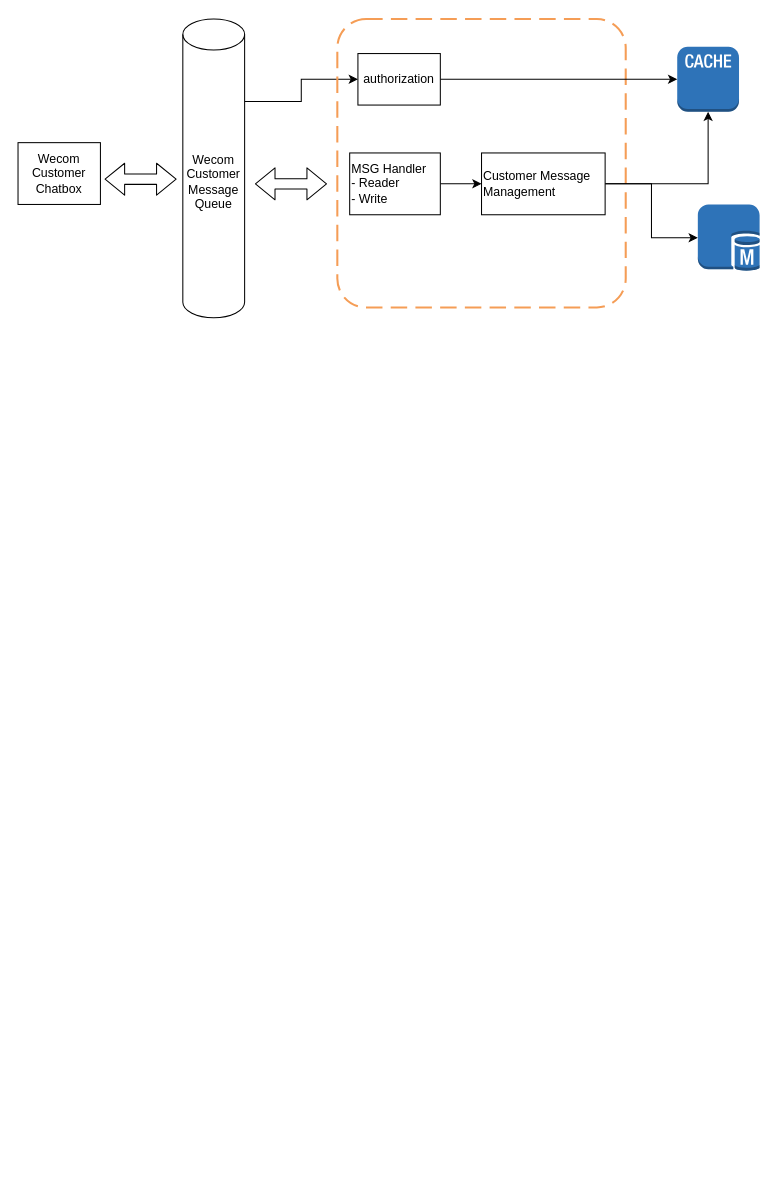
Before: bbhj/wxkf-arch-and-flow.drawio in airdb/drawio, a draw.io diagram. Source tidied: cells renumbered, new cells numbered last; positions are measured from the earlier drawing's top-left corner, leaving out a move shared by most shapes. Both pictures are drawn from the tidied source at 103%, with x=0, y=0 at pixel (18, 19).
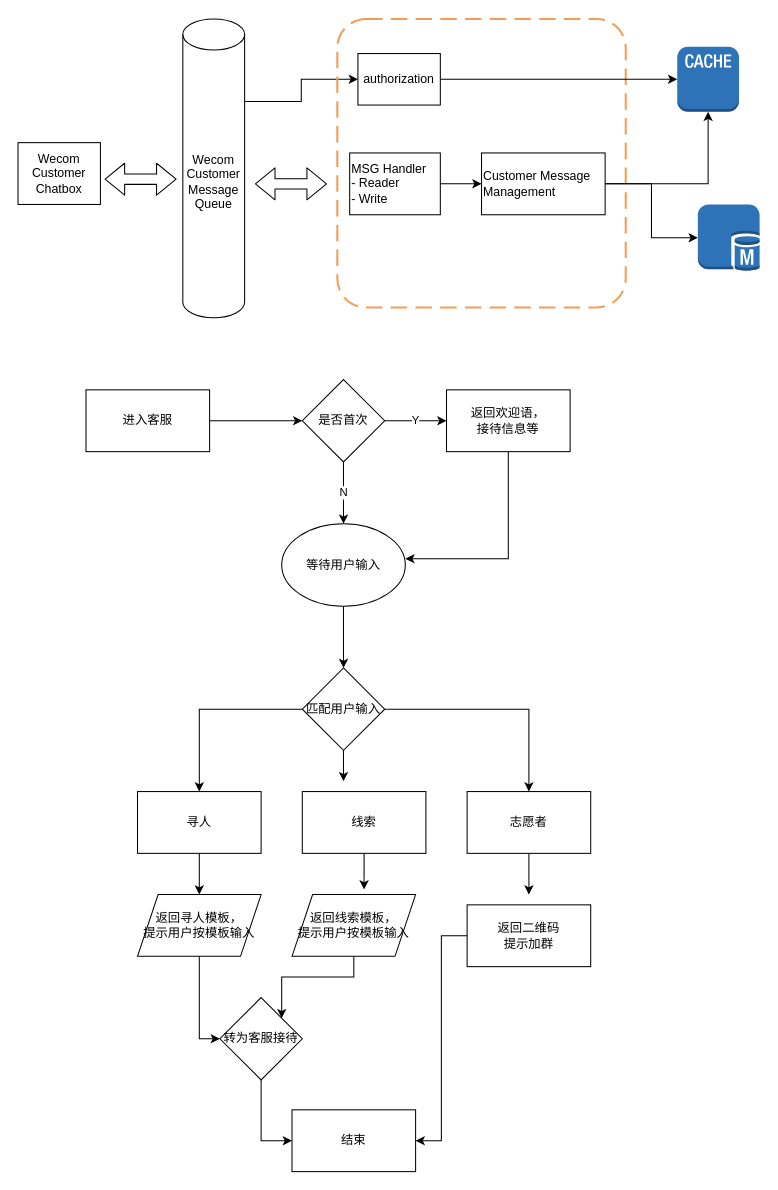
The same diagram, later.

What changed in the source:
```diff
@@
+    <mxCell id="17" style="edgeStyle=orthogonalEdgeStyle;rounded=0;jettySize=auto;html=1;" parent="1" edge="1" source="18">
+      <mxGeometry relative="1" as="geometry">
+        <mxPoint x="276" y="390" as="targetPoint" />
+      </mxGeometry>
+    </mxCell>
+    <mxCell id="18" value="进入客服" style="rounded=0;whiteSpace=wrap;html=1;" parent="1" vertex="1">
+      <mxGeometry x="66" y="360" width="120" height="60" as="geometry" />
+    </mxCell>
+    <mxCell id="19" value="Y" style="edgeStyle=orthogonalEdgeStyle;rounded=0;jettySize=auto;html=1;" parent="1" edge="1" source="21" target="23">
+      <mxGeometry relative="1" as="geometry" />
+    </mxCell>
+    <mxCell id="20" value="N" style="edgeStyle=orthogonalEdgeStyle;rounded=0;jettySize=auto;html=1;exitX=0.5;exitY=1;exitDx=0;exitDy=0;entryX=0.5;entryY=0;entryDx=0;entryDy=0;" parent="1" edge="1" source="21" target="25">
+      <mxGeometry relative="1" as="geometry" />
+    </mxCell>
+    <mxCell id="21" value="是否首次" style="rhombus;whiteSpace=wrap;html=1;" parent="1" vertex="1">
+      <mxGeometry x="276" y="350" width="80" height="80" as="geometry" />
+    </mxCell>
+    <mxCell id="22" style="edgeStyle=orthogonalEdgeStyle;rounded=0;jettySize=auto;html=1;exitX=0.5;exitY=1;exitDx=0;exitDy=0;entryX=1;entryY=0.425;entryDx=0;entryDy=0;entryPerimeter=0;" parent="1" edge="1" source="23" target="25">
+      <mxGeometry relative="1" as="geometry" />
+    </mxCell>
+    <mxCell id="23" value="返回欢迎语，&lt;br&gt;接待信息等" style="whiteSpace=wrap;html=1;" parent="1" vertex="1">
+      <mxGeometry x="416" y="360" width="120" height="60" as="geometry" />
+    </mxCell>
+    <mxCell id="24" style="edgeStyle=orthogonalEdgeStyle;rounded=0;jettySize=auto;html=1;" parent="1" edge="1" source="25">
+      <mxGeometry relative="1" as="geometry">
+        <mxPoint x="316" y="630" as="targetPoint" />
+        <Array as="points">
+          <mxPoint x="316" y="610" />
+          <mxPoint x="316" y="610" />
+        </Array>
+      </mxGeometry>
+    </mxCell>
+    <mxCell id="25" value="等待用户输入" style="ellipse;whiteSpace=wrap;html=1;" parent="1" vertex="1">
+      <mxGeometry x="256" y="490" width="120" height="80" as="geometry" />
+    </mxCell>
+    <mxCell id="26" style="edgeStyle=orthogonalEdgeStyle;rounded=0;jettySize=auto;html=1;" parent="1" edge="1" source="29">
+      <mxGeometry relative="1" as="geometry">
+        <mxPoint x="316" y="740" as="targetPoint" />
+      </mxGeometry>
+    </mxCell>
+    <mxCell id="27" style="edgeStyle=orthogonalEdgeStyle;rounded=0;jettySize=auto;html=1;exitX=0;exitY=0.5;exitDx=0;exitDy=0;entryX=0.5;entryY=0;entryDx=0;entryDy=0;" parent="1" edge="1" source="29" target="31">
+      <mxGeometry relative="1" as="geometry" />
+    </mxCell>
+    <mxCell id="28" style="edgeStyle=orthogonalEdgeStyle;rounded=0;jettySize=auto;html=1;exitX=1;exitY=0.5;exitDx=0;exitDy=0;entryX=0.5;entryY=0;entryDx=0;entryDy=0;" parent="1" edge="1" source="29" target="35">
+      <mxGeometry relative="1" as="geometry" />
+    </mxCell>
+    <mxCell id="29" value="匹配用户输入" style="rhombus;whiteSpace=wrap;html=1;" parent="1" vertex="1">
+      <mxGeometry x="276" y="630" width="80" height="80" as="geometry" />
+    </mxCell>
+    <mxCell id="30" style="edgeStyle=orthogonalEdgeStyle;rounded=0;jettySize=auto;html=1;entryX=0.5;entryY=0;entryDx=0;entryDy=0;" parent="1" edge="1" source="31" target="43">
+      <mxGeometry relative="1" as="geometry" />
+    </mxCell>
+    <mxCell id="31" value="寻人" style="rounded=0;whiteSpace=wrap;html=1;" parent="1" vertex="1">
+      <mxGeometry x="116" y="750" width="120" height="60" as="geometry" />
+    </mxCell>
+    <mxCell id="32" style="edgeStyle=orthogonalEdgeStyle;rounded=0;jettySize=auto;html=1;exitX=0.5;exitY=1;exitDx=0;exitDy=0;entryX=0.583;entryY=-0.083;entryDx=0;entryDy=0;entryPerimeter=0;" parent="1" edge="1" source="33" target="39">
+      <mxGeometry relative="1" as="geometry" />
+    </mxCell>
+    <mxCell id="33" value="线索" style="rounded=0;whiteSpace=wrap;html=1;" parent="1" vertex="1">
+      <mxGeometry x="276" y="750" width="120" height="60" as="geometry" />
+    </mxCell>
+    <mxCell id="34" style="edgeStyle=orthogonalEdgeStyle;rounded=0;jettySize=auto;html=1;exitX=0.5;exitY=1;exitDx=0;exitDy=0;" parent="1" edge="1" source="35">
+      <mxGeometry relative="1" as="geometry">
+        <mxPoint x="496" y="850" as="targetPoint" />
+      </mxGeometry>
+    </mxCell>
+    <mxCell id="35" value="志愿者" style="rounded=0;whiteSpace=wrap;html=1;" parent="1" vertex="1">
+      <mxGeometry x="436" y="750" width="120" height="60" as="geometry" />
+    </mxCell>
+    <mxCell id="36" style="edgeStyle=orthogonalEdgeStyle;rounded=0;jettySize=auto;html=1;entryX=1;entryY=0.5;entryDx=0;entryDy=0;" parent="1" edge="1" source="37" target="44">
+      <mxGeometry relative="1" as="geometry" />
+    </mxCell>
+    <mxCell id="37" value="返回二维码&lt;br&gt;提示加群" style="rounded=0;whiteSpace=wrap;html=1;" parent="1" vertex="1">
+      <mxGeometry x="436" y="860" width="120" height="60" as="geometry" />
+    </mxCell>
+    <mxCell id="38" style="edgeStyle=orthogonalEdgeStyle;rounded=0;jettySize=auto;html=1;exitX=0.5;exitY=1;exitDx=0;exitDy=0;entryX=1;entryY=0;entryDx=0;entryDy=0;" parent="1" edge="1" source="39" target="41">
+      <mxGeometry relative="1" as="geometry" />
+    </mxCell>
+    <mxCell id="39" value="返回线索模板，&lt;br&gt;提示用户按模板输入" style="shape=parallelogram;perimeter=parallelogramPerimeter;whiteSpace=wrap;html=1;fixedSize=1;" parent="1" vertex="1">
+      <mxGeometry x="266" y="850" width="120" height="60" as="geometry" />
+    </mxCell>
+    <mxCell id="40" style="edgeStyle=orthogonalEdgeStyle;rounded=0;jettySize=auto;html=1;entryX=0;entryY=0.5;entryDx=0;entryDy=0;" parent="1" edge="1" source="41" target="44">
+      <mxGeometry relative="1" as="geometry" />
+    </mxCell>
+    <mxCell id="41" value="转为客服接待" style="rhombus;whiteSpace=wrap;html=1;" parent="1" vertex="1">
+      <mxGeometry x="196" y="950" width="80" height="80" as="geometry" />
+    </mxCell>
+    <mxCell id="42" style="edgeStyle=orthogonalEdgeStyle;rounded=0;jettySize=auto;html=1;entryX=0;entryY=0.5;entryDx=0;entryDy=0;" parent="1" edge="1" source="43" target="41">
+      <mxGeometry relative="1" as="geometry" />
+    </mxCell>
+    <mxCell id="43" value="返回寻人模板，&lt;br&gt;提示用户按模板输入" style="shape=parallelogram;perimeter=parallelogramPerimeter;whiteSpace=wrap;html=1;fixedSize=1;" parent="1" vertex="1">
+      <mxGeometry x="116" y="850" width="120" height="60" as="geometry" />
+    </mxCell>
+    <mxCell id="44" value="结束" style="rounded=0;whiteSpace=wrap;html=1;" parent="1" vertex="1">
+      <mxGeometry x="266" y="1059" width="120" height="60" as="geometry" />
+    </mxCell>
```
